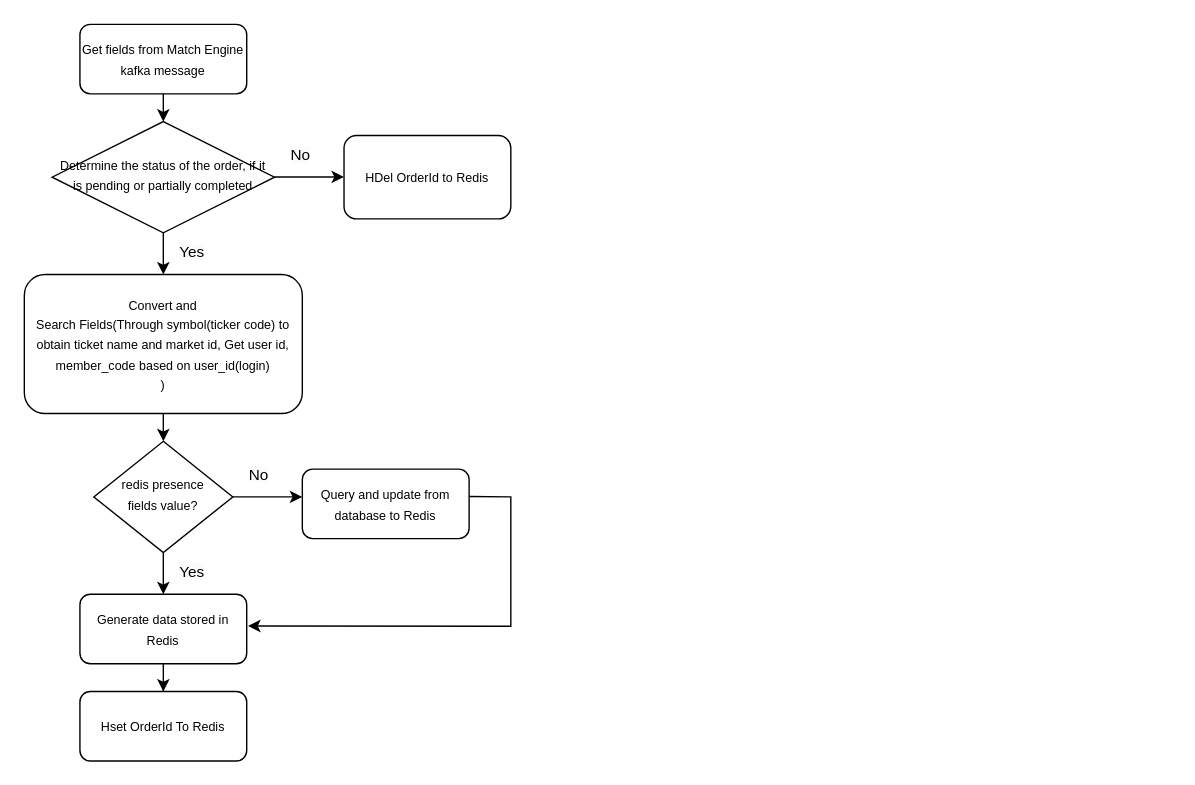
Earlier version of the draw.io diagram open_orders_workflow.drawio (xiaopingye/SpringCloudDemo). Source tidied: cells renumbered, new cells numbered last; positions are measured from the earlier drawing's top-left corner, leaving out a move shared by most shapes. Both pictures are drawn from the tidied source at 139%, with x=0, y=0 at pixel (24, 24).
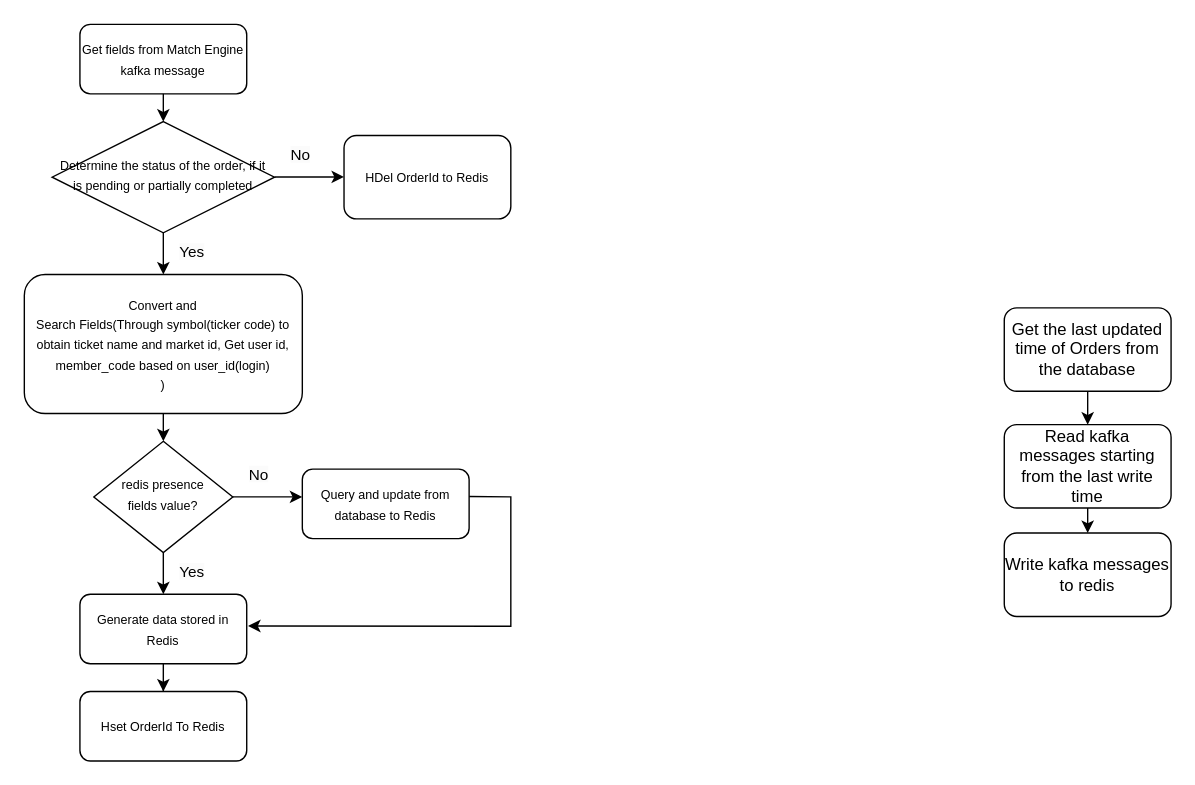
The same diagram, later.

Diff of the diagram source:
```diff
@@
+    <mxCell id="22" value="Get the last updated time of Orders from the database" style="rounded=1;whiteSpace=wrap;html=1;" parent="1" vertex="1">
+      <mxGeometry x="705" y="204" width="120" height="60" as="geometry" />
+    </mxCell>
+    <mxCell id="23" value="Read kafka messages starting from the last write time" style="rounded=1;whiteSpace=wrap;html=1;" parent="1" vertex="1">
+      <mxGeometry x="705" y="288" width="120" height="60" as="geometry" />
+    </mxCell>
+    <mxCell id="24" style="endArrow=classic;html=1;rounded=0;entryX=0.5;entryY=0;entryDx=0;entryDy=0;exitX=0.5;exitY=1;exitDx=0;exitDy=0;" parent="1" edge="1" source="22" target="23">
+      <mxGeometry relative="1" as="geometry" />
+    </mxCell>
+    <mxCell id="25" value="Write kafka messages to redis" style="rounded=1;whiteSpace=wrap;html=1;" parent="1" vertex="1">
+      <mxGeometry x="705" y="366" width="120" height="60" as="geometry" />
+    </mxCell>
+    <mxCell id="26" style="endArrow=classic;html=1;rounded=0;entryX=0.5;entryY=0;entryDx=0;entryDy=0;exitX=0.5;exitY=1;exitDx=0;exitDy=0;" parent="1" edge="1" source="23" target="25">
+      <mxGeometry relative="1" as="geometry" />
+    </mxCell>
```
